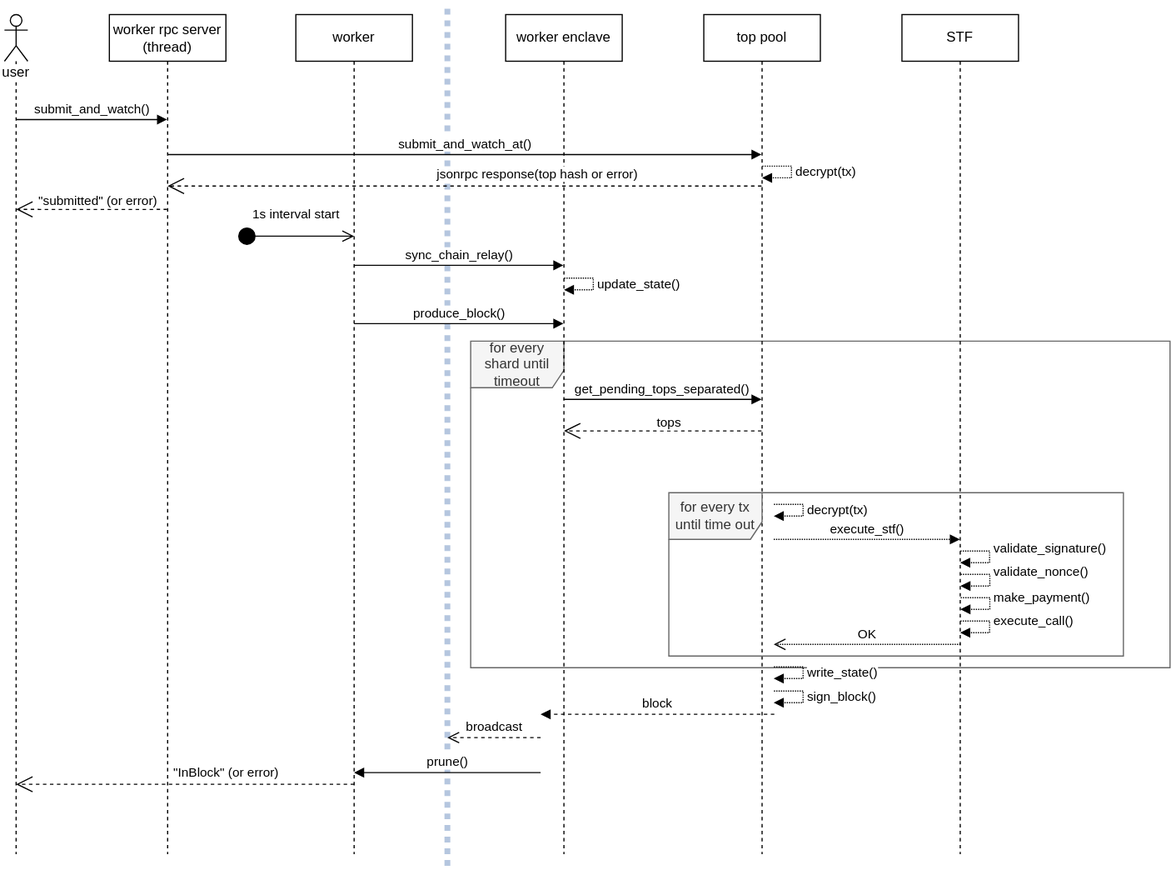
The draw.io diagram sidechain-sequence.svg in haerdib/substraTEE_diagramms, before a commit. Source tidied: cells renumbered, new cells last; positions are measured from the earlier drawing's top-left corner, leaving out a move shared by most shapes.
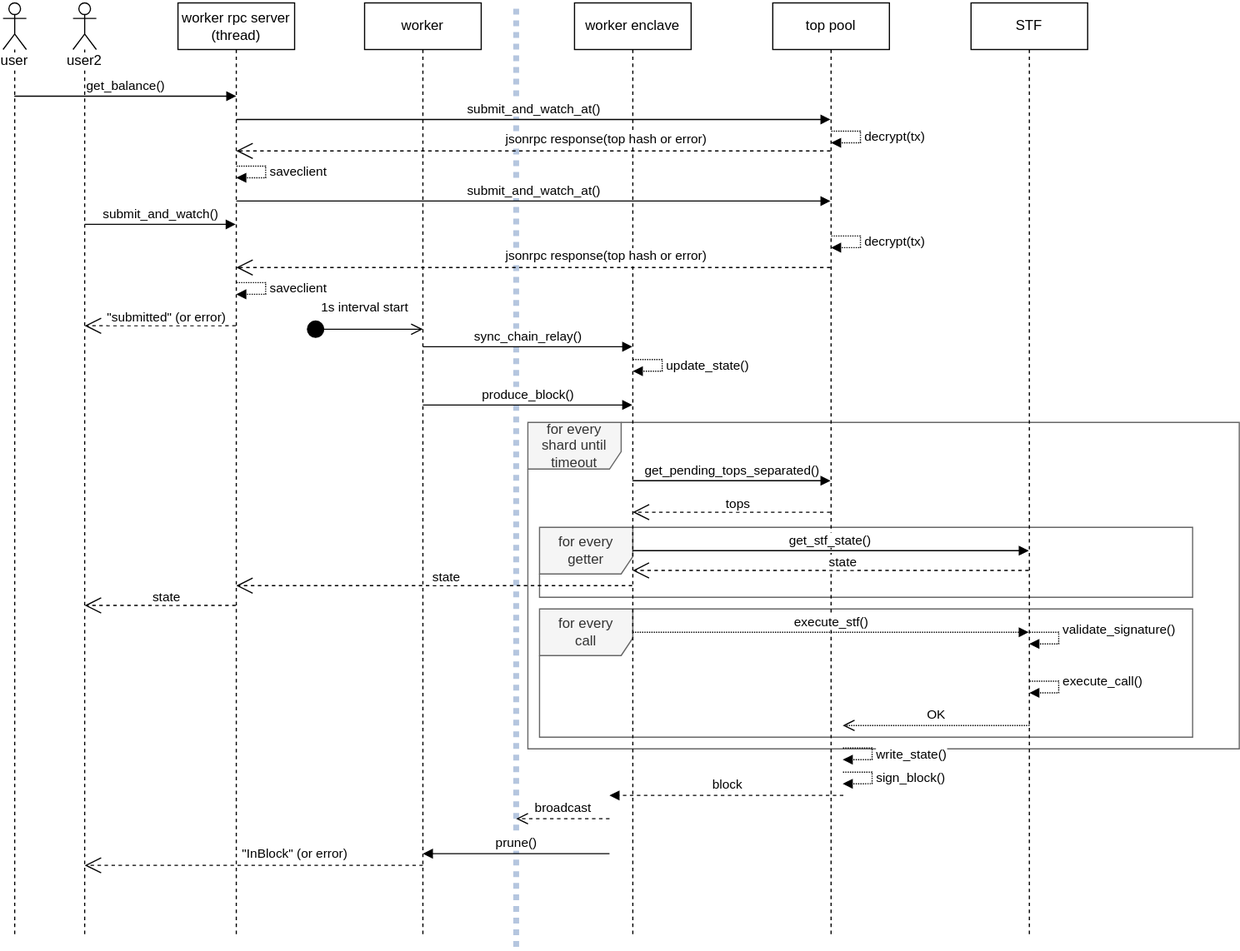
Later version of the same file.

The edit, as a diff of the source:
```diff
@@ -5,8 +5,14 @@
     <mxCell id="2" value="for every shard until timeout" style="shape=umlFrame;whiteSpace=wrap;html=1;width=80;height=40;fillColor=#f5f5f5;strokeColor=#666666;fontColor=#333333;" parent="1" vertex="1">
-      <mxGeometry x="400" y="290" width="600" height="280" as="geometry" />
+      <mxGeometry x="390" y="370" width="610" height="280" as="geometry" />
     </mxCell>
+    <mxCell id="35" value="&lt;div&gt;for every&lt;/div&gt;&lt;div&gt;call&lt;br&gt;&lt;/div&gt;" style="shape=umlFrame;whiteSpace=wrap;html=1;width=80;height=40;fillColor=#f5f5f5;strokeColor=#666666;fontColor=#333333;" parent="1" vertex="1">
+      <mxGeometry x="400" y="530" width="560" height="110" as="geometry" />
+    </mxCell>
+    <mxCell id="17" value="for every getter" style="shape=umlFrame;whiteSpace=wrap;html=1;width=80;height=40;fillColor=#f5f5f5;strokeColor=#666666;fontColor=#333333;" parent="1" vertex="1">
+      <mxGeometry x="400" y="460" width="560" height="60" as="geometry" />
+    </mxCell>
     <mxCell id="3" style="endArrow=none;dashed=1;html=1;fillColor=#dae8fc;strokeColor=#6c8ebf;dashPattern=1 1;strokeWidth=5;opacity=50;" parent="1" edge="1">
       <mxGeometry relative="1" as="geometry">
-        <mxPoint x="380" y="740" as="sourcePoint" />
-        <mxPoint x="380" as="targetPoint" />
+        <mxPoint x="380" y="820" as="sourcePoint" />
+        <mxPoint x="380" y="10" as="targetPoint" />
       </mxGeometry>
@@ -14,3 +20,3 @@
     <mxCell id="4" value="&lt;div&gt;worker rpc server (thread)&lt;br&gt;&lt;/div&gt;" style="shape=umlLifeline;perimeter=lifelinePerimeter;whiteSpace=wrap;html=1;outlineConnect=0;" parent="1" vertex="1">
-      <mxGeometry x="90" y="10" width="100" height="720" as="geometry" />
+      <mxGeometry x="90" y="10" width="100" height="800" as="geometry" />
     </mxCell>
@@ -18,4 +24,4 @@
       <mxGeometry relative="1" as="geometry">
-        <mxPoint x="50" y="120" as="sourcePoint" />
-        <mxPoint x="559.5" y="120" as="targetPoint" />
+        <mxPoint x="50" y="100" as="sourcePoint" />
+        <mxPoint x="559.5" y="100" as="targetPoint" />
       </mxGeometry>
@@ -23,20 +29,21 @@
     <mxCell id="6" value="top pool" style="shape=umlLifeline;perimeter=lifelinePerimeter;whiteSpace=wrap;html=1;" parent="1" vertex="1">
-      <mxGeometry x="600" y="10" width="100" height="720" as="geometry" />
+      <mxGeometry x="600" y="10" width="100" height="800" as="geometry" />
     </mxCell>
     <mxCell id="7" value="worker enclave" style="shape=umlLifeline;perimeter=lifelinePerimeter;whiteSpace=wrap;html=1;outlineConnect=0;" parent="1" vertex="1">
-      <mxGeometry x="430" y="10" width="100" height="720" as="geometry" />
+      <mxGeometry x="430" y="10" width="100" height="800" as="geometry" />
     </mxCell>
     <mxCell id="8" value="STF" style="shape=umlLifeline;perimeter=lifelinePerimeter;whiteSpace=wrap;html=1;outlineConnect=0;" parent="1" vertex="1">
-      <mxGeometry x="770" y="10" width="100" height="720" as="geometry" />
+      <mxGeometry x="770" y="10" width="100" height="800" as="geometry" />
     </mxCell>
-    <mxCell id="9" value="submit_and_watch()" style="html=1;verticalAlign=bottom;endArrow=block;" parent="1" edge="1" target="4">
+    <mxCell id="9" value="submit_and_watch()" style="html=1;verticalAlign=bottom;endArrow=block;" parent="1" edge="1">
       <mxGeometry relative="1" as="geometry">
-        <mxPoint x="10" y="100" as="sourcePoint" />
+        <mxPoint x="10" y="200" as="sourcePoint" />
+        <mxPoint x="139.5" y="200" as="targetPoint" />
       </mxGeometry>
     </mxCell>
-    <mxCell id="10" value="user" style="shape=umlLifeline;participant=umlActor;perimeter=lifelinePerimeter;whiteSpace=wrap;html=1;verticalAlign=top;spacingTop=36;labelBackgroundColor=#ffffff;" parent="1" vertex="1">
-      <mxGeometry y="10" width="20" height="720" as="geometry" />
+    <mxCell id="10" value="user2" style="shape=umlLifeline;participant=umlActor;perimeter=lifelinePerimeter;whiteSpace=wrap;html=1;verticalAlign=top;spacingTop=36;labelBackgroundColor=#ffffff;" parent="1" vertex="1">
+      <mxGeometry y="10" width="20" height="800" as="geometry" />
     </mxCell>
     <mxCell id="11" value="worker" style="shape=umlLifeline;perimeter=lifelinePerimeter;whiteSpace=wrap;html=1;" parent="1" vertex="1">
-      <mxGeometry x="250" y="10" width="100" height="720" as="geometry" />
+      <mxGeometry x="250" y="10" width="100" height="800" as="geometry" />
     </mxCell>
@@ -44,4 +51,4 @@
       <mxGeometry relative="1" as="geometry">
-        <mxPoint x="50" y="265" as="sourcePoint" />
-        <mxPoint x="229.5" y="265" as="targetPoint" />
+        <mxPoint x="50" y="345" as="sourcePoint" />
+        <mxPoint x="229.5" y="345" as="targetPoint" />
       </mxGeometry>
@@ -50,4 +57,4 @@
       <mxGeometry y="10" relative="1" as="geometry">
-        <mxPoint x="200" y="200" as="sourcePoint" />
-        <mxPoint x="300" y="200" as="targetPoint" />
+        <mxPoint x="200" y="290" as="sourcePoint" />
+        <mxPoint x="300" y="290" as="targetPoint" />
       </mxGeometry>
@@ -56,7 +63,7 @@
       <mxGeometry relative="1" as="geometry">
-        <mxPoint x="480.2" y="236" as="sourcePoint" />
-        <mxPoint x="480" y="246" as="targetPoint" />
+        <mxPoint x="480.2" y="316" as="sourcePoint" />
+        <mxPoint x="480" y="326" as="targetPoint" />
         <Array as="points">
-          <mxPoint x="505.2" y="236" />
-          <mxPoint x="505.2" y="246" />
+          <mxPoint x="505.2" y="316" />
+          <mxPoint x="505.2" y="326" />
         </Array>
@@ -66,7 +73,7 @@
       <mxGeometry relative="1" as="geometry">
-        <mxPoint x="650.2" y="140" as="sourcePoint" />
-        <mxPoint x="650" y="150" as="targetPoint" />
+        <mxPoint x="650.2" y="210" as="sourcePoint" />
+        <mxPoint x="650" y="220" as="targetPoint" />
         <Array as="points">
-          <mxPoint x="675.2" y="140" />
-          <mxPoint x="675.2" y="150" />
+          <mxPoint x="675.2" y="210" />
+          <mxPoint x="675.2" y="220" />
         </Array>
@@ -76,6 +83,6 @@
       <mxGeometry x="-0.24" y="-10" relative="1" as="geometry">
-        <mxPoint x="649.5" y="157" as="sourcePoint" />
-        <mxPoint x="140" y="157" as="targetPoint" />
+        <mxPoint x="649.5" y="237" as="sourcePoint" />
+        <mxPoint x="140" y="237" as="targetPoint" />
         <Array as="points">
-          <mxPoint x="250" y="157" />
+          <mxPoint x="250" y="237" />
         </Array>
@@ -83,21 +90,8 @@
     </mxCell>
-    <mxCell id="17" value="for every tx until time out" style="shape=umlFrame;whiteSpace=wrap;html=1;width=80;height=40;fillColor=#f5f5f5;strokeColor=#666666;fontColor=#333333;" parent="1" vertex="1">
-      <mxGeometry x="570" y="420" width="390" height="140" as="geometry" />
-    </mxCell>
-    <mxCell id="18" value="decrypt(tx)" style="edgeStyle=orthogonalEdgeStyle;html=1;align=left;spacingLeft=2;endArrow=block;rounded=0;dashed=1;dashPattern=1 1;" parent="1" edge="1">
-      <mxGeometry relative="1" as="geometry">
-        <mxPoint x="660.2" y="430" as="sourcePoint" />
-        <mxPoint x="660" y="440" as="targetPoint" />
-        <Array as="points">
-          <mxPoint x="685.2" y="430" />
-          <mxPoint x="685.2" y="440" />
-        </Array>
-      </mxGeometry>
-    </mxCell>
     <mxCell id="19" value="execute_stf()" style="html=1;verticalAlign=bottom;endArrow=block;dashed=1;dashPattern=1 1;" parent="1" edge="1">
       <mxGeometry relative="1" as="geometry">
-        <mxPoint x="660" y="460" as="sourcePoint" />
-        <mxPoint x="819.7" y="460" as="targetPoint" />
+        <mxPoint x="479.9" y="550" as="sourcePoint" />
+        <mxPoint x="819.5" y="550" as="targetPoint" />
         <Array as="points">
-          <mxPoint x="780.2" y="460" />
+          <mxPoint x="550.2" y="550" />
         </Array>
@@ -107,7 +101,7 @@
       <mxGeometry relative="1" as="geometry">
-        <mxPoint x="820.2" y="470" as="sourcePoint" />
-        <mxPoint x="820" y="480" as="targetPoint" />
+        <mxPoint x="820.2" y="550" as="sourcePoint" />
+        <mxPoint x="820" y="560" as="targetPoint" />
         <Array as="points">
-          <mxPoint x="845.2" y="470" />
-          <mxPoint x="845.2" y="480" />
+          <mxPoint x="845.2" y="550" />
+          <mxPoint x="845.2" y="560" />
         </Array>
@@ -115,29 +109,9 @@
     </mxCell>
-    <mxCell id="21" value="&lt;div&gt;validate_nonce()&lt;/div&gt;&lt;div&gt;&lt;br&gt;&lt;/div&gt;" style="edgeStyle=orthogonalEdgeStyle;html=1;align=left;spacingLeft=2;endArrow=block;rounded=0;dashed=1;dashPattern=1 1;" parent="1" edge="1">
-      <mxGeometry relative="1" as="geometry">
-        <mxPoint x="820.4" y="490" as="sourcePoint" />
-        <mxPoint x="820.2" y="500" as="targetPoint" />
-        <Array as="points">
-          <mxPoint x="845.4" y="490" />
-          <mxPoint x="845.4" y="500" />
-        </Array>
-      </mxGeometry>
-    </mxCell>
-    <mxCell id="22" value="make_payment()" style="edgeStyle=orthogonalEdgeStyle;html=1;align=left;spacingLeft=2;endArrow=block;rounded=0;dashed=1;dashPattern=1 1;" parent="1" edge="1">
-      <mxGeometry x="-0.17" relative="1" as="geometry">
-        <mxPoint x="820.4" y="510" as="sourcePoint" />
-        <mxPoint x="820.2" y="520" as="targetPoint" />
-        <Array as="points">
-          <mxPoint x="845.4" y="510" />
-          <mxPoint x="845.4" y="520" />
-        </Array>
-      </mxGeometry>
-    </mxCell>
     <mxCell id="23" value="execute_call()" style="edgeStyle=orthogonalEdgeStyle;html=1;align=left;spacingLeft=2;endArrow=block;rounded=0;dashed=1;dashPattern=1 1;" parent="1" edge="1">
       <mxGeometry x="-0.17" relative="1" as="geometry">
-        <mxPoint x="820.2" y="530" as="sourcePoint" />
-        <mxPoint x="820" y="540" as="targetPoint" />
+        <mxPoint x="820.2" y="592" as="sourcePoint" />
+        <mxPoint x="820" y="602" as="targetPoint" />
         <Array as="points">
-          <mxPoint x="845.2" y="530" />
-          <mxPoint x="845.2" y="540" />
+          <mxPoint x="845.2" y="592" />
+          <mxPoint x="845.2" y="602" />
         </Array>
@@ -147,4 +121,4 @@
       <mxGeometry relative="1" as="geometry">
-        <mxPoint x="820.2" y="550" as="sourcePoint" />
-        <mxPoint x="660" y="550" as="targetPoint" />
+        <mxPoint x="820.2" y="630" as="sourcePoint" />
+        <mxPoint x="660" y="630" as="targetPoint" />
       </mxGeometry>
@@ -153,4 +127,4 @@
       <mxGeometry relative="1" as="geometry">
-        <mxPoint x="660.5" y="610" as="sourcePoint" />
-        <mxPoint x="460" y="610" as="targetPoint" />
+        <mxPoint x="660.5" y="690" as="sourcePoint" />
+        <mxPoint x="460" y="690" as="targetPoint" />
       </mxGeometry>
@@ -159,7 +133,7 @@
       <mxGeometry relative="1" as="geometry">
-        <mxPoint x="660.2" y="569.3" as="sourcePoint" />
-        <mxPoint x="660" y="579.3" as="targetPoint" />
+        <mxPoint x="660.2" y="649.3" as="sourcePoint" />
+        <mxPoint x="660" y="659.3" as="targetPoint" />
         <Array as="points">
-          <mxPoint x="685.2" y="569.3" />
-          <mxPoint x="685.2" y="579.3" />
+          <mxPoint x="685.2" y="649.3" />
+          <mxPoint x="685.2" y="659.3" />
         </Array>
@@ -169,7 +143,7 @@
       <mxGeometry relative="1" as="geometry">
-        <mxPoint x="660.2" y="590" as="sourcePoint" />
-        <mxPoint x="660" y="600" as="targetPoint" />
+        <mxPoint x="660.2" y="670" as="sourcePoint" />
+        <mxPoint x="660" y="680" as="targetPoint" />
         <Array as="points">
-          <mxPoint x="685.2" y="590" />
-          <mxPoint x="685.2" y="600" />
+          <mxPoint x="685.2" y="670" />
+          <mxPoint x="685.2" y="680" />
         </Array>
@@ -179,4 +153,4 @@
       <mxGeometry relative="1" as="geometry">
-        <mxPoint x="460" y="630" as="sourcePoint" />
-        <mxPoint x="380" y="630" as="targetPoint" />
+        <mxPoint x="460" y="710" as="sourcePoint" />
+        <mxPoint x="380" y="710" as="targetPoint" />
       </mxGeometry>
@@ -185,6 +159,6 @@
       <mxGeometry relative="1" as="geometry">
-        <mxPoint x="460" y="660" as="sourcePoint" />
-        <mxPoint x="300" y="660" as="targetPoint" />
+        <mxPoint x="460" y="740" as="sourcePoint" />
+        <mxPoint x="300" y="740" as="targetPoint" />
         <Array as="points">
-          <mxPoint x="430.5" y="660" />
+          <mxPoint x="430.5" y="740" />
         </Array>
@@ -194,6 +168,6 @@
       <mxGeometry x="-0.24" y="-10" relative="1" as="geometry">
-        <mxPoint x="300" y="670" as="sourcePoint" />
-        <mxPoint x="10" y="670" as="targetPoint" />
+        <mxPoint x="300" y="750" as="sourcePoint" />
+        <mxPoint x="10" y="750" as="targetPoint" />
         <Array as="points">
-          <mxPoint x="250.5" y="670" />
+          <mxPoint x="250.5" y="750" />
         </Array>
@@ -203,4 +177,4 @@
       <mxGeometry x="-0.08" y="-7" relative="1" as="geometry">
-        <mxPoint x="139.5" y="177" as="sourcePoint" />
-        <mxPoint x="10" y="177" as="targetPoint" />
+        <mxPoint x="139.5" y="287" as="sourcePoint" />
+        <mxPoint x="10" y="287" as="targetPoint" />
       </mxGeometry>
@@ -209,4 +183,4 @@
       <mxGeometry relative="1" as="geometry">
-        <mxPoint x="300" y="225" as="sourcePoint" />
-        <mxPoint x="479.5" y="225" as="targetPoint" />
+        <mxPoint x="300" y="305" as="sourcePoint" />
+        <mxPoint x="479.5" y="305" as="targetPoint" />
       </mxGeometry>
@@ -215,4 +189,4 @@
       <mxGeometry relative="1" as="geometry">
-        <mxPoint x="479.7" y="340" as="sourcePoint" />
-        <mxPoint x="649.5" y="340" as="targetPoint" />
+        <mxPoint x="479.7" y="420" as="sourcePoint" />
+        <mxPoint x="649.5" y="420" as="targetPoint" />
       </mxGeometry>
@@ -221,5 +195,80 @@
       <mxGeometry x="-0.06" y="-7" relative="1" as="geometry">
-        <mxPoint x="649.5" y="367" as="sourcePoint" />
+        <mxPoint x="649.5" y="447" as="sourcePoint" />
       </mxGeometry>
     </mxCell>
+    <mxCell id="36" value="get_stf_state()" style="html=1;verticalAlign=bottom;endArrow=block;" parent="1" edge="1" target="8">
+      <mxGeometry relative="1" as="geometry">
+        <mxPoint x="479.7" y="480" as="sourcePoint" />
+      </mxGeometry>
+    </mxCell>
+    <mxCell id="37" value="state" style="endArrow=open;endSize=12;dashed=1;html=1;" parent="1" edge="1" source="8">
+      <mxGeometry x="-0.06" y="-7" relative="1" as="geometry">
+        <mxPoint x="479.8" y="497" as="targetPoint" />
+      </mxGeometry>
+    </mxCell>
+    <mxCell id="38" value="state" style="endArrow=open;endSize=12;dashed=1;html=1;" parent="1" edge="1" target="4">
+      <mxGeometry x="-0.06" y="-7" relative="1" as="geometry">
+        <mxPoint x="479.5" y="510" as="sourcePoint" />
+      </mxGeometry>
+    </mxCell>
+    <mxCell id="39" value="state" style="endArrow=open;endSize=12;dashed=1;html=1;" parent="1" edge="1">
+      <mxGeometry x="-0.08" y="-7" relative="1" as="geometry">
+        <mxPoint x="139.5" y="527" as="sourcePoint" />
+        <mxPoint x="10" y="527" as="targetPoint" />
+      </mxGeometry>
+    </mxCell>
+    <mxCell id="40" value="user" style="shape=umlLifeline;participant=umlActor;perimeter=lifelinePerimeter;whiteSpace=wrap;html=1;verticalAlign=top;spacingTop=36;labelBackgroundColor=#ffffff;" parent="1" vertex="1">
+      <mxGeometry x="-60" y="10" width="20" height="800" as="geometry" />
+    </mxCell>
+    <mxCell id="41" value="get_balance()" style="html=1;verticalAlign=bottom;endArrow=block;" parent="1" edge="1">
+      <mxGeometry relative="1" as="geometry">
+        <mxPoint x="-50.3" y="90" as="sourcePoint" />
+        <mxPoint x="140" y="90" as="targetPoint" />
+      </mxGeometry>
+    </mxCell>
+    <mxCell id="42" value="&lt;span style=&quot;background-color: rgb(255 , 255 , 255)&quot;&gt;submit_and_watch_at()&lt;/span&gt;" style="html=1;verticalAlign=bottom;endArrow=block;" parent="1" edge="1">
+      <mxGeometry relative="1" as="geometry">
+        <mxPoint x="140" y="180" as="sourcePoint" />
+        <mxPoint x="649.5" y="180" as="targetPoint" />
+      </mxGeometry>
+    </mxCell>
+    <mxCell id="18" value="decrypt(tx)" style="edgeStyle=orthogonalEdgeStyle;html=1;align=left;spacingLeft=2;endArrow=block;rounded=0;dashed=1;dashPattern=1 1;" parent="1" edge="1">
+      <mxGeometry relative="1" as="geometry">
+        <mxPoint x="650.2" y="120" as="sourcePoint" />
+        <mxPoint x="650" y="130" as="targetPoint" />
+        <Array as="points">
+          <mxPoint x="675.2" y="120" />
+          <mxPoint x="675.2" y="130" />
+        </Array>
+      </mxGeometry>
+    </mxCell>
+    <mxCell id="43" value="&lt;span style=&quot;background-color: rgb(255 , 255 , 255)&quot;&gt;jsonrpc response(top hash or error)&lt;/span&gt;" style="endArrow=open;endSize=12;dashed=1;html=1;" parent="1" edge="1">
+      <mxGeometry x="-0.24" y="-10" relative="1" as="geometry">
+        <mxPoint x="649.5" y="137" as="sourcePoint" />
+        <mxPoint x="140" y="137" as="targetPoint" />
+        <Array as="points">
+          <mxPoint x="250" y="137" />
+        </Array>
+      </mxGeometry>
+    </mxCell>
+    <mxCell id="44" value="saveclient" style="edgeStyle=orthogonalEdgeStyle;html=1;align=left;spacingLeft=2;endArrow=block;rounded=0;dashed=1;dashPattern=1 1;" parent="1" edge="1">
+      <mxGeometry relative="1" as="geometry">
+        <mxPoint x="140.2" y="150" as="sourcePoint" />
+        <mxPoint x="140" y="160" as="targetPoint" />
+        <Array as="points">
+          <mxPoint x="165.2" y="150" />
+          <mxPoint x="165.2" y="160" />
+        </Array>
+      </mxGeometry>
+    </mxCell>
+    <mxCell id="45" value="saveclient" style="edgeStyle=orthogonalEdgeStyle;html=1;align=left;spacingLeft=2;endArrow=block;rounded=0;dashed=1;dashPattern=1 1;" parent="1" edge="1">
+      <mxGeometry relative="1" as="geometry">
+        <mxPoint x="140.2" y="250" as="sourcePoint" />
+        <mxPoint x="140" y="260" as="targetPoint" />
+        <Array as="points">
+          <mxPoint x="165.2" y="250" />
+          <mxPoint x="165.2" y="260" />
+        </Array>
+      </mxGeometry>
+    </mxCell>
   </root>
```
